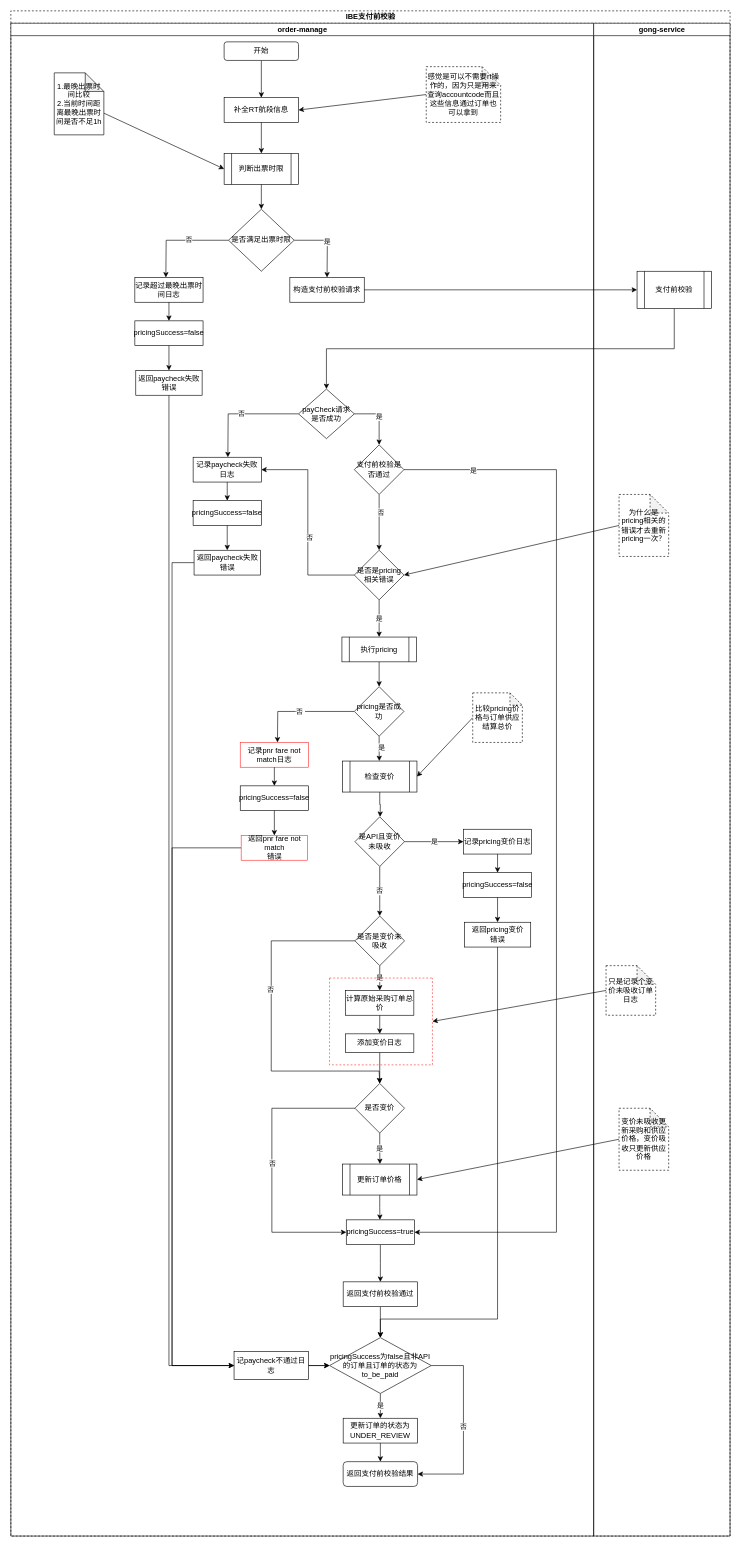
The draw.io diagram page "IBE支付前校验" (5 of 13) of pkfare/paycheck-refactor/支付前校验现状.drawio in zhangweixin/design-diagram, before the edit. Source tidied: cells renumbered, new cells numbered last; positions are measured from the earlier drawing's top-left corner, leaving out a move shared by most shapes. Both pictures are drawn from the tidied source at 62%, with x=0, y=0 at pixel (11, 11).
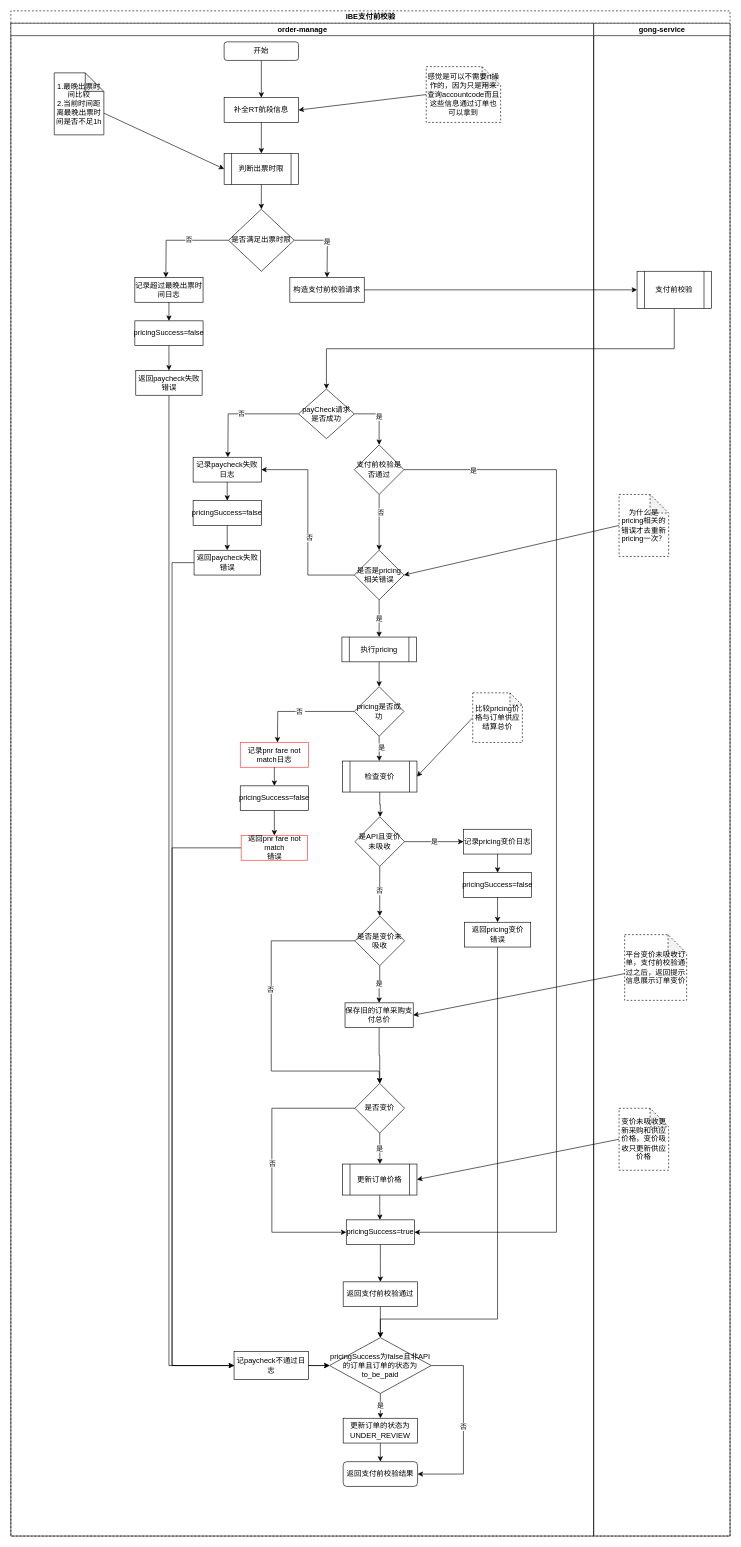
Above is the later version.

Unchanged cells that the change refers to:
```xml
<mxCell id="2" value="IBE支付前校验" style="swimlane;startSize=20;html=1;strokeColor=#000000;dashed=1;" parent="1" vertex="1">
  <mxGeometry width="1160" height="2460" as="geometry" />
</mxCell>
<mxCell id="3" value="order-manage" style="swimlane;startSize=20;html=1;strokeColor=#000000;" parent="2" vertex="1">
  <mxGeometry y="20" width="940" height="2440" as="geometry" />
</mxCell>
<mxCell id="60" value="是否变价" style="rhombus;whiteSpace=wrap;html=1;strokeColor=#000000;" parent="3" vertex="1">
  <mxGeometry x="555" y="1710" width="80" height="80" as="geometry" />
</mxCell>
<mxCell id="99" value="gong-service" style="swimlane;startSize=20;html=1;strokeColor=#000000;" parent="2" vertex="1">
  <mxGeometry x="940" y="20" width="220" height="2440" as="geometry" />
</mxCell>
```

The edit, as a diff of the source:
```diff
@@
-    <mxCell id="57" style="edgeStyle=orthogonalEdgeStyle;rounded=0;jettySize=auto;html=1;exitX=0.5;exitY=1;exitDx=0;exitDy=0;entryX=0.5;entryY=0;entryDx=0;entryDy=0;" parent="3" edge="1" source="58" target="79">
-      <mxGeometry relative="1" as="geometry" />
-    </mxCell>
-    <mxCell id="58" value="计算原始采购订单总价" style="rounded=0;whiteSpace=wrap;html=1;strokeColor=#000000;" parent="3" vertex="1">
-      <mxGeometry x="540" y="1560" width="110" height="40" as="geometry" />
+    <mxCell id="58" value="保存旧的订单采购支付总价" style="rounded=0;whiteSpace=wrap;html=1;strokeColor=#000000;" parent="3" vertex="1">
+      <mxGeometry x="539" y="1580" width="110" height="40" as="geometry" />
     </mxCell>
@@
-    <mxCell id="78" style="edgeStyle=orthogonalEdgeStyle;rounded=0;jettySize=auto;html=1;exitX=0.5;exitY=1;exitDx=0;exitDy=0;entryX=0.5;entryY=0;entryDx=0;entryDy=0;" parent="3" edge="1" source="79" target="60">
+    <mxCell id="78" style="edgeStyle=orthogonalEdgeStyle;rounded=0;jettySize=auto;html=1;exitX=0.5;exitY=1;exitDx=0;exitDy=0;entryX=0.5;entryY=0;entryDx=0;entryDy=0;" parent="3" edge="1" source="58" target="60">
       <mxGeometry relative="1" as="geometry" />
     </mxCell>
-    <mxCell id="79" value="添加变价日志" style="rounded=0;whiteSpace=wrap;html=1;strokeColor=#000000;" parent="3" vertex="1">
-      <mxGeometry x="540" y="1630" width="110" height="30" as="geometry" />
-    </mxCell>
@@
-    <mxCell id="94" style="swimlane;startSize=0;dashed=1;strokeColor=#FF3333;" parent="3" vertex="1">
-      <mxGeometry x="514" y="1540" width="166" height="140" as="geometry" />
-    </mxCell>
@@
-    <mxCell id="103" value="只是记录个变价未吸收订单日志" style="shape=note;whiteSpace=wrap;html=1;backgroundOutline=1;darkOpacity=0.05;dashed=1;" parent="99" vertex="1">
-      <mxGeometry x="20" y="1520" width="80" height="80" as="geometry" />
-    </mxCell>
-    <mxCell id="104" style="rounded=0;jettySize=auto;html=1;exitX=0;exitY=0.5;exitDx=0;exitDy=0;exitPerimeter=0;entryX=1;entryY=0.5;entryDx=0;entryDy=0;" parent="2" edge="1" source="103" target="94">
-      <mxGeometry relative="1" as="geometry" />
-    </mxCell>
+    <mxCell id="105" value="平台变价未吸收订单，支付前校验通过之后，返回提示信息展示订单变价" style="shape=note;whiteSpace=wrap;html=1;backgroundOutline=1;darkOpacity=0.05;dashed=1;" parent="99" vertex="1">
+      <mxGeometry x="50" y="1470" width="100" height="106" as="geometry" />
+    </mxCell>
+    <mxCell id="106" style="rounded=0;jettySize=auto;html=1;entryX=1;entryY=0.5;entryDx=0;entryDy=0;" parent="2" edge="1" source="105" target="58">
+      <mxGeometry relative="1" as="geometry" />
+    </mxCell>
```
